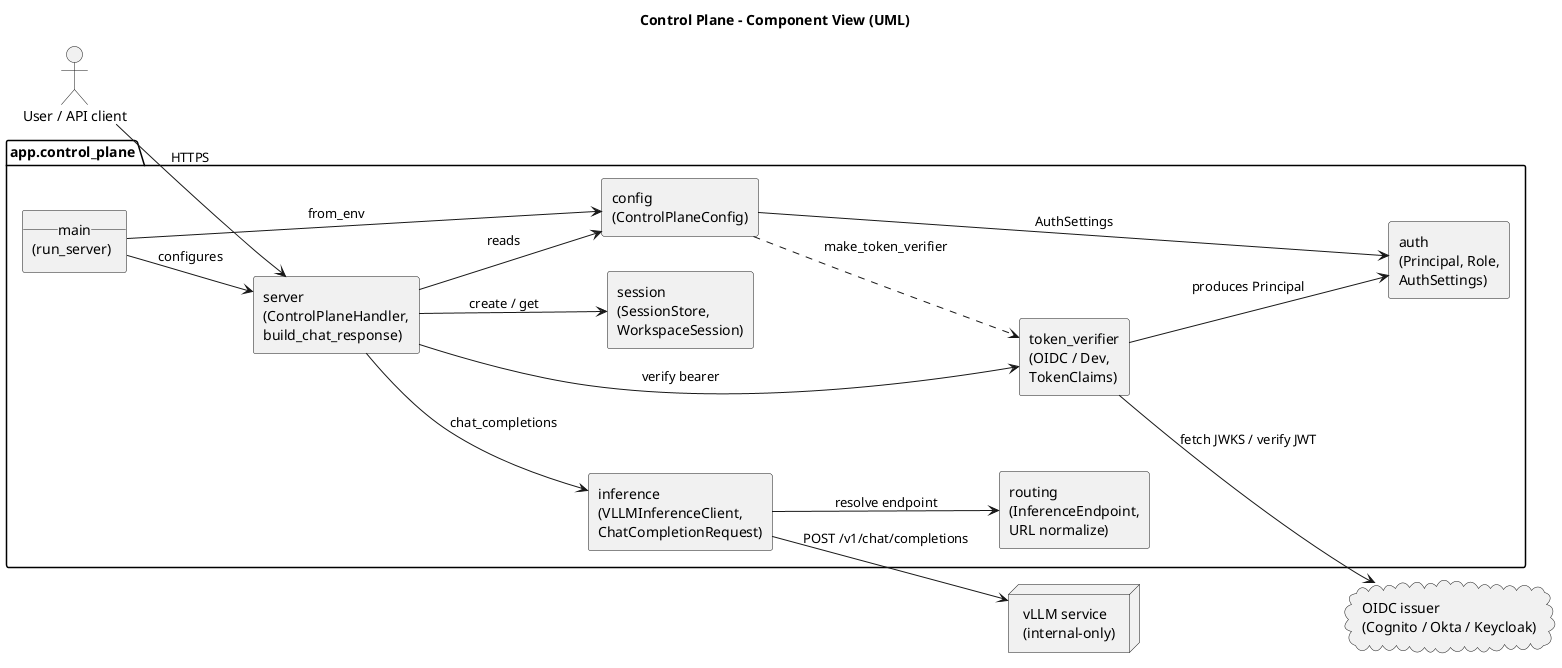
Earlier version of the PlantUML export docs/diagrams/control_plane_components.png (GetFinops/private-ai-workspace-eks).
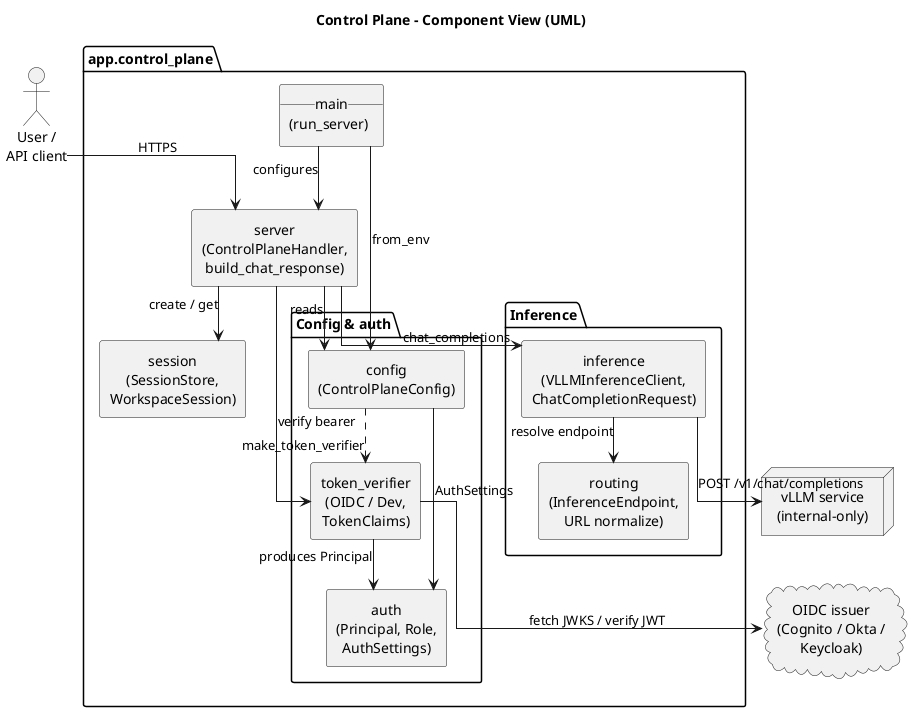
Later version of the same file.

Commit message:
docs: re-shape control-plane component diagram for readability

Group components into 'Config & auth' and 'Inference' sub-packages, switch to
orthogonal connectors, and use a layered top-down layout so the diagram is
compact and balanced instead of a wide sprawl with long crossing edges (auth
was previously stranded far from config/token_verifier).

Change to the diagram source:
```diff
@@ -3,35 +3,49 @@
 
 skinparam componentStyle rectangle
 skinparam shadowing false
-left to right direction
+skinparam linetype ortho
+skinparam nodesep 30
+skinparam ranksep 45
+skinparam defaultTextAlignment center
 
-actor "User / API client" as user
-cloud "OIDC issuer\n(Cognito / Okta / Keycloak)" as oidc
-node "vLLM service\n(internal-only)" as vllm
+actor "User /\nAPI client" as user
 
 package "app.control_plane" {
   component "__main__\n(run_server)" as main
   component "server\n(ControlPlaneHandler,\nbuild_chat_response)" as server
-  component "config\n(ControlPlaneConfig)" as config
-  component "auth\n(Principal, Role,\nAuthSettings)" as auth
-  component "token_verifier\n(OIDC / Dev,\nTokenClaims)" as tokenv
+
+  package "Config & auth" as authpkg {
+    component "config\n(ControlPlaneConfig)" as config
+    component "token_verifier\n(OIDC / Dev,\nTokenClaims)" as tokenv
+    component "auth\n(Principal, Role,\nAuthSettings)" as auth
+  }
+
   component "session\n(SessionStore,\nWorkspaceSession)" as session
-  component "inference\n(VLLMInferenceClient,\nChatCompletionRequest)" as inference
-  component "routing\n(InferenceEndpoint,\nURL normalize)" as routing
+
+  package "Inference" as infpkg {
+    component "inference\n(VLLMInferenceClient,\nChatCompletionRequest)" as inference
+    component "routing\n(InferenceEndpoint,\nURL normalize)" as routing
+  }
 }
 
-user --> server : HTTPS
+cloud "OIDC issuer\n(Cognito / Okta /\nKeycloak)" as oidc
+node "vLLM service\n(internal-only)" as vllm
+
 main --> server : configures
 main --> config : from_env
+user --> server : HTTPS
+
 server --> config : reads
 server --> tokenv : verify bearer
 server --> session : create / get
 server --> inference : chat_completions
+
 config ..> tokenv : make_token_verifier
 config --> auth : AuthSettings
 tokenv --> auth : produces Principal
+tokenv --> oidc : fetch JWKS / verify JWT
+
 inference --> routing : resolve endpoint
-tokenv --> oidc : fetch JWKS / verify JWT
 inference --> vllm : POST /v1/chat/completions
 
 @enduml
```
